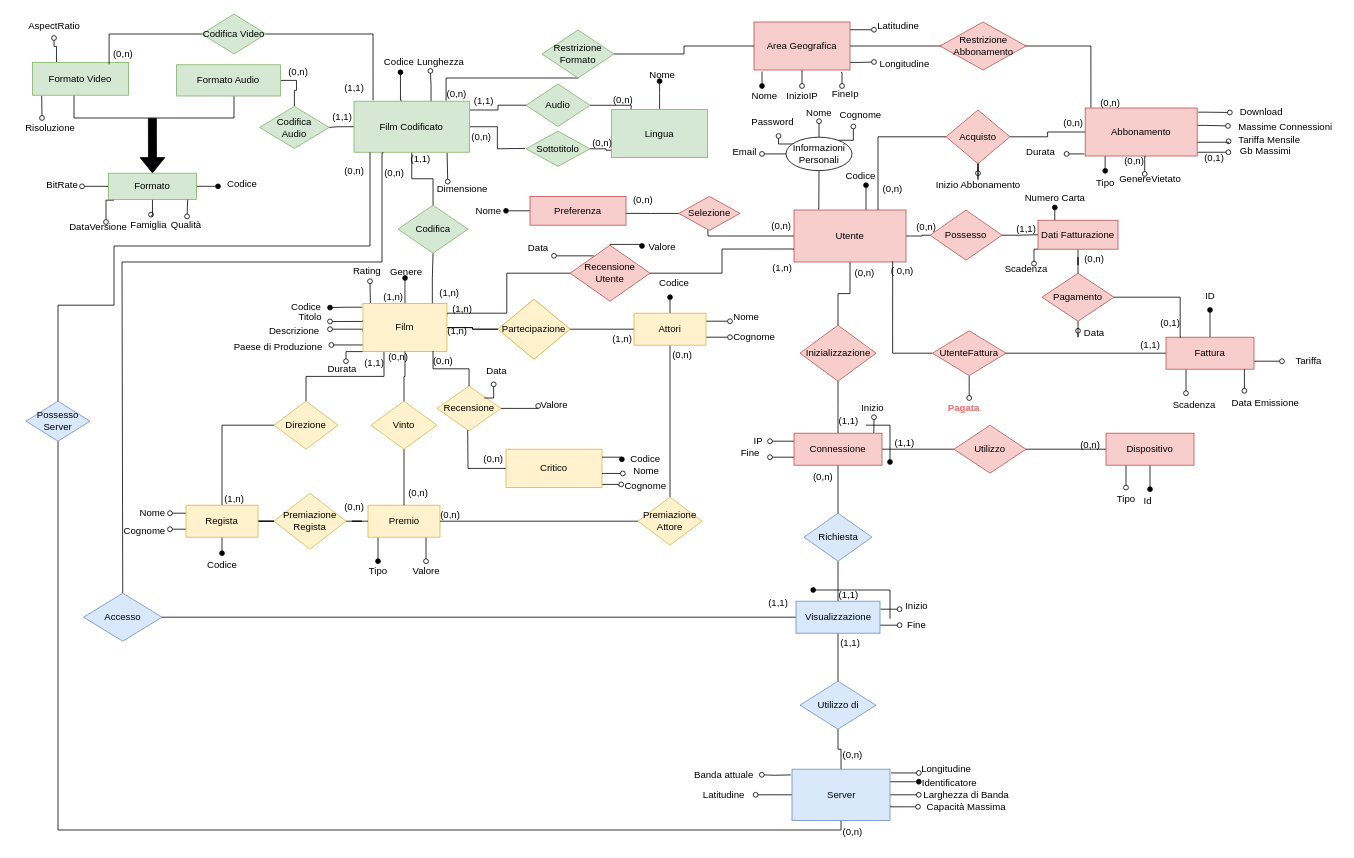
LGranucci/FilmSphere keeps this draw.io diagram as Er non Ristrutturato(2).drawio. Above is the earlier version. Source tidied: cells renumbered, new cells numbered last; positions are measured from the earlier drawing's top-left corner, leaving out a move shared by most shapes. Both pictures are drawn from the tidied source at 80%, with x=0, y=0 at pixel (14, 14).
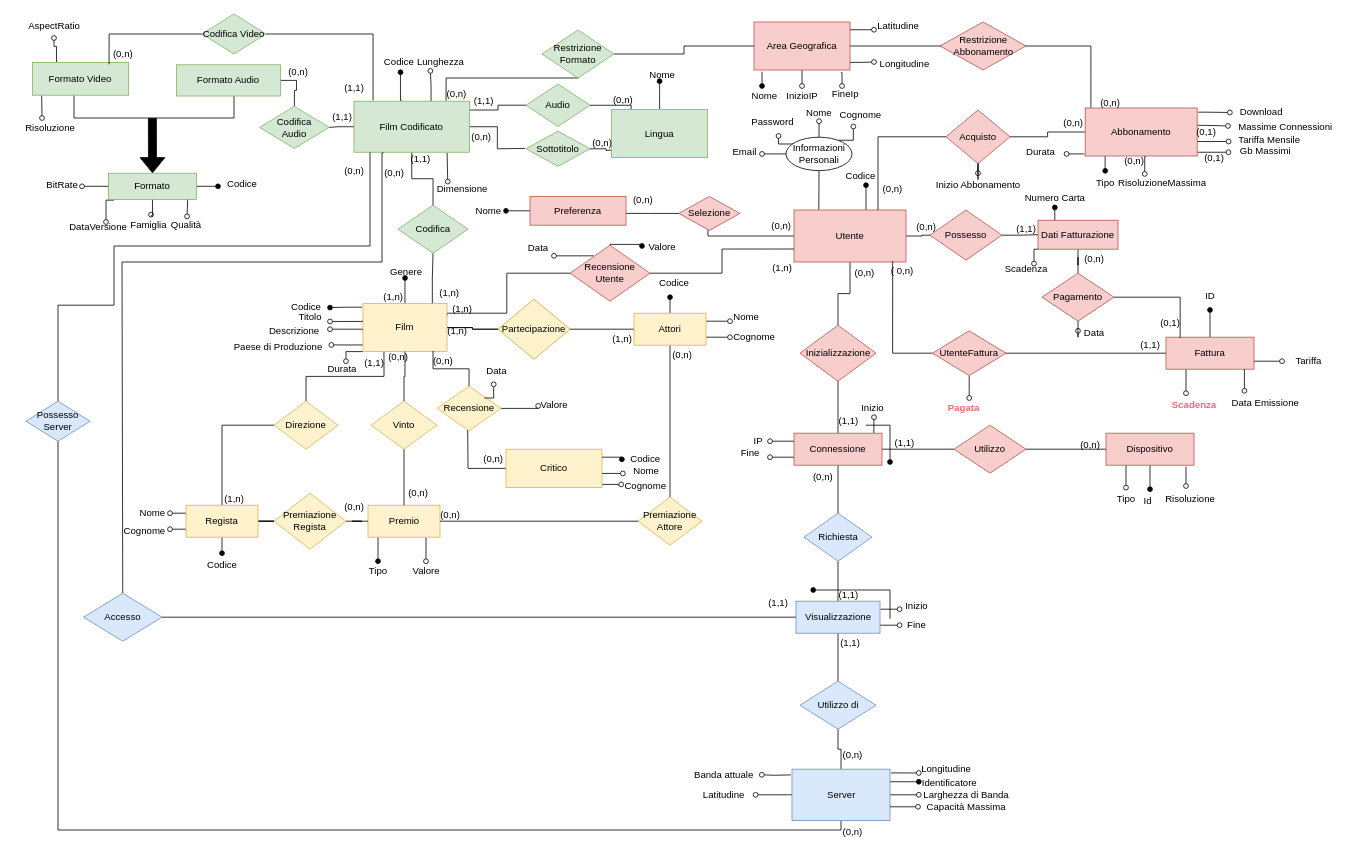
After the change.

The change refers to these unchanged cells:
```xml
<mxCell id="14" value="&lt;font style=&quot;font-size: 12px;&quot;&gt;Film&lt;/font&gt;" style="rounded=0;whiteSpace=wrap;html=1;fillColor=#fff2cc;strokeColor=#d6b656;" parent="1" vertex="1">
  <mxGeometry x="436.2" y="362" width="105" height="60" as="geometry" />
</mxCell>
<mxCell id="76" value="Abbonamento" style="rounded=0;whiteSpace=wrap;html=1;fillColor=#f8cecc;strokeColor=#b85450;" parent="1" vertex="1">
  <mxGeometry x="1339" y="117.5" width="140" height="60" as="geometry" />
</mxCell>
<mxCell id="105" value="Dispositivo" style="rounded=0;whiteSpace=wrap;html=1;fillColor=#f8cecc;strokeColor=#b85450;" parent="1" vertex="1">
  <mxGeometry x="1365" y="524" width="110" height="40" as="geometry" />
</mxCell>
```

Change to the diagram source:
```diff
@@
-    <mxCell id="11" style="edgeStyle=orthogonalEdgeStyle;rounded=0;jettySize=auto;html=1;exitX=0.088;exitY=-0.011;exitDx=0;exitDy=0;exitPerimeter=0;endArrow=oval;endFill=0;" parent="1" edge="1" source="14">
-      <mxGeometry relative="1" as="geometry">
-        <mxPoint x="445" y="334" as="targetPoint" />
-      </mxGeometry>
-    </mxCell>
@@
-    <mxCell id="72" style="edgeStyle=orthogonalEdgeStyle;rounded=0;jettySize=auto;html=1;exitX=0.991;exitY=0.713;exitDx=0;exitDy=0;exitPerimeter=0;endArrow=oval;endFill=0;entryX=-0.008;entryY=0.553;entryDx=0;entryDy=0;entryPerimeter=0;" parent="1" edge="1" source="76" target="195">
+    <mxCell id="72" value="&lt;br&gt;&lt;br&gt;" style="edgeStyle=orthogonalEdgeStyle;rounded=0;jettySize=auto;html=1;exitX=0.991;exitY=0.713;exitDx=0;exitDy=0;exitPerimeter=0;endArrow=oval;endFill=0;entryX=-0.008;entryY=0.553;entryDx=0;entryDy=0;entryPerimeter=0;" parent="1" edge="1" source="76" target="195">
       <mxGeometry relative="1" as="geometry">
         <Array as="points">
           <mxPoint x="1518" y="160.5" />
         </Array>
       </mxGeometry>
     </mxCell>
@@
+    <mxCell id="302" style="edgeStyle=orthogonalEdgeStyle;rounded=0;jettySize=auto;html=1;exitX=0.909;exitY=1.05;exitDx=0;exitDy=0;exitPerimeter=0;endArrow=oval;endFill=0;" parent="1" edge="1" source="105">
+      <mxGeometry relative="1" as="geometry">
+        <mxPoint x="1465" y="590" as="targetPoint" />
+      </mxGeometry>
+    </mxCell>
@@
-    <mxCell id="163" value="Rating" style="text;html=1;align=center;verticalAlign=middle;strokeColor=none;fillColor=none;" parent="1" vertex="1">
-      <mxGeometry x="411" y="307" width="60" height="30" as="geometry" />
-    </mxCell>
@@
     <mxCell id="195" value="Tariffa Mensile" style="text;html=1;align=center;verticalAlign=middle;points=[];strokeColor=none;fillColor=none;" parent="1" vertex="1">
-      <mxGeometry x="1519" y="142.5" width="100" height="30" as="geometry" />
+      <mxGeometry x="1519" y="142.8" width="100" height="30" as="geometry" />
     </mxCell>
@@
-    <mxCell id="200" value="Scadenza" style="text;html=1;align=center;verticalAlign=middle;points=[];strokeColor=none;fillColor=none;" parent="1" vertex="1">
+    <mxCell id="200" value="&lt;font color=&quot;#ff6666&quot;&gt;&lt;b&gt;Scadenza&lt;/b&gt;&lt;/font&gt;" style="text;html=1;align=center;verticalAlign=middle;points=[];strokeColor=none;fillColor=none;" parent="1" vertex="1">
       <mxGeometry x="1435" y="474" width="80" height="30" as="geometry" />
     </mxCell>
@@
-    <mxCell id="265" value="GenereVietato" style="text;html=1;align=center;verticalAlign=middle;strokeColor=none;fillColor=none;" parent="1" vertex="1">
-      <mxGeometry x="1370" y="191.2" width="100" height="30" as="geometry" />
+    <mxCell id="265" value="RisoluzioneMassima" style="text;html=1;align=center;verticalAlign=middle;strokeColor=none;fillColor=none;" parent="1" vertex="1">
+      <mxGeometry x="1370" y="196" width="130" height="30" as="geometry" />
     </mxCell>
@@
+    <mxCell id="303" value="(0,1)" style="text;html=1;align=center;verticalAlign=middle;strokeColor=none;fillColor=none;" parent="1" vertex="1">
+      <mxGeometry x="1465" y="132.5" width="50" height="30" as="geometry" />
+    </mxCell>
+    <mxCell id="304" value="Risoluzione" style="text;html=1;align=center;verticalAlign=middle;strokeColor=none;fillColor=none;" parent="1" vertex="1">
+      <mxGeometry x="1425" y="592" width="90" height="30" as="geometry" />
+    </mxCell>
```
